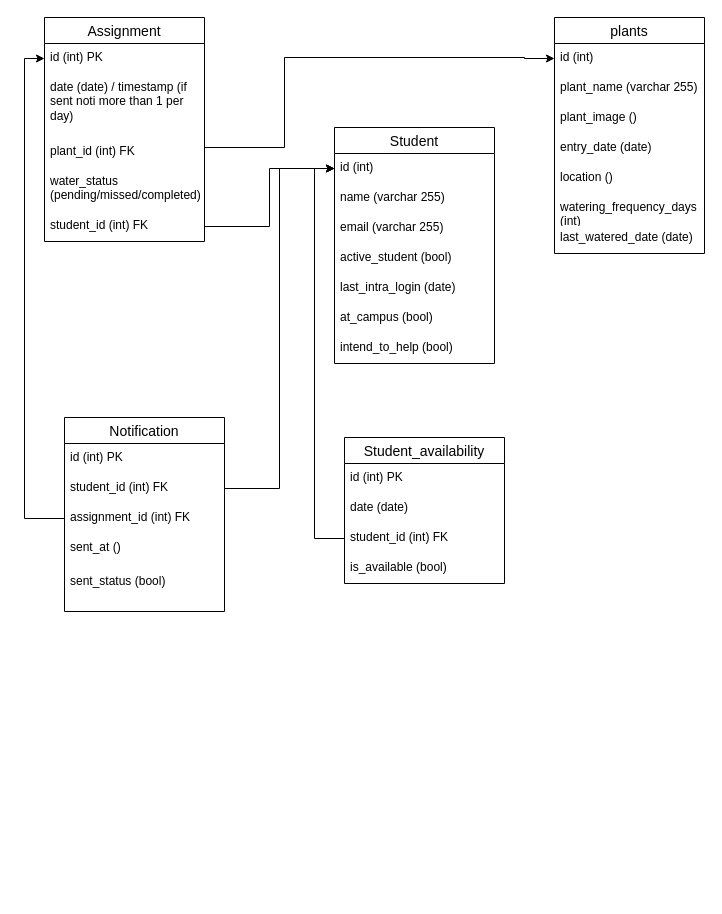
Earlier version of the draw.io diagram ERD.drawio (TrangPham93/plantbee). Source tidied: cells renumbered, new cells numbered last; positions are measured from the earlier drawing's top-left corner, leaving out a move shared by most shapes. Both pictures are drawn from the tidied source at 100%, with x=0, y=0 at pixel (44, 17).
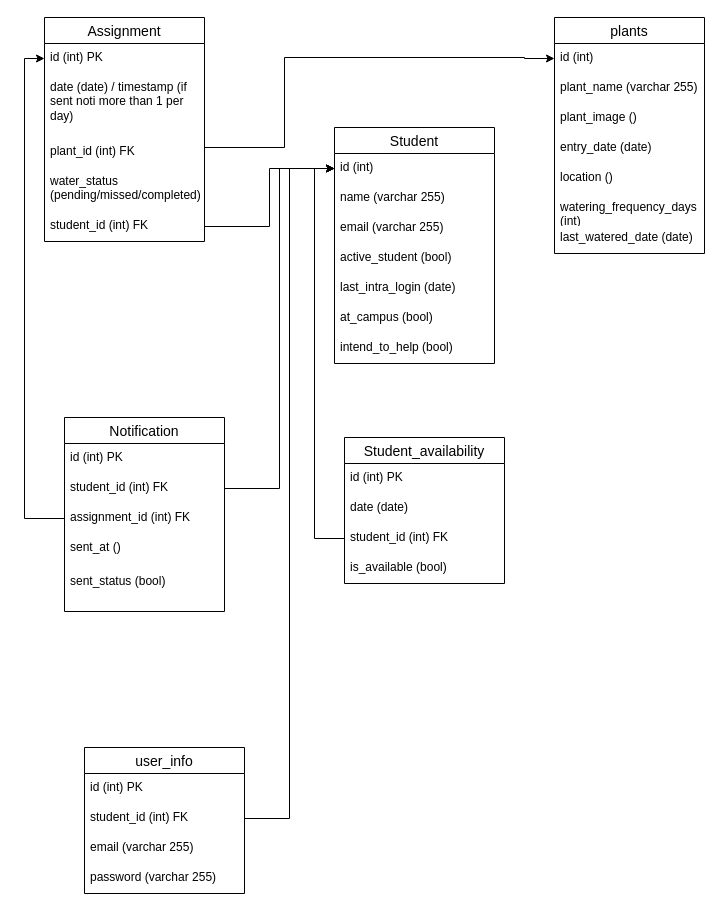
Above is the later version.

The change refers to these unchanged cells:
```xml
<mxCell id="11" value="id (int)" style="text;strokeColor=none;fillColor=none;spacingLeft=4;spacingRight=4;overflow=hidden;points=[[0,0.5],[1,0.5]];portConstraint=eastwest;fontSize=12;whiteSpace=wrap;html=1;" parent="10" vertex="1">
  <mxGeometry y="26" width="160" height="30" as="geometry" />
</mxCell>
```

Diff of the diagram source:
```diff
@@
+    <mxCell id="40" value="user_info" style="swimlane;fontStyle=0;horizontal=1;startSize=26;align=center;fontSize=14;" parent="1" vertex="1">
+      <mxGeometry x="40" y="730" width="160" height="146" as="geometry" />
+    </mxCell>
+    <mxCell id="41" value="id (int) PK" style="text;strokeColor=none;fillColor=none;spacingLeft=4;spacingRight=4;overflow=hidden;fontSize=12;whiteSpace=wrap;html=1;" parent="40" vertex="1">
+      <mxGeometry y="26" width="160" height="30" as="geometry" />
+    </mxCell>
+    <mxCell id="42" value="student_id (int) FK" style="text;strokeColor=none;fillColor=none;spacingLeft=4;spacingRight=4;overflow=hidden;points=[[0,0.5],[1,0.5]];portConstraint=eastwest;fontSize=12;whiteSpace=wrap;html=1;" parent="40" vertex="1">
+      <mxGeometry y="56" width="160" height="30" as="geometry" />
+    </mxCell>
+    <mxCell id="43" value="email (varchar 255)" style="text;strokeColor=none;fillColor=none;spacingLeft=4;spacingRight=4;overflow=hidden;fontSize=12;whiteSpace=wrap;html=1;" parent="40" vertex="1">
+      <mxGeometry y="86" width="160" height="30" as="geometry" />
+    </mxCell>
+    <mxCell id="44" value="password (varchar 255)" style="text;strokeColor=none;fillColor=none;spacingLeft=4;spacingRight=4;overflow=hidden;fontSize=12;whiteSpace=wrap;html=1;" parent="40" vertex="1">
+      <mxGeometry y="116" width="160" height="30" as="geometry" />
+    </mxCell>
+    <mxCell id="45" style="edgeStyle=orthogonalEdgeStyle;rounded=0;jettySize=auto;html=1;entryX=0;entryY=0.5;entryDx=0;entryDy=0;" parent="1" edge="1" source="42" target="11">
+      <mxGeometry relative="1" as="geometry" />
+    </mxCell>
```
